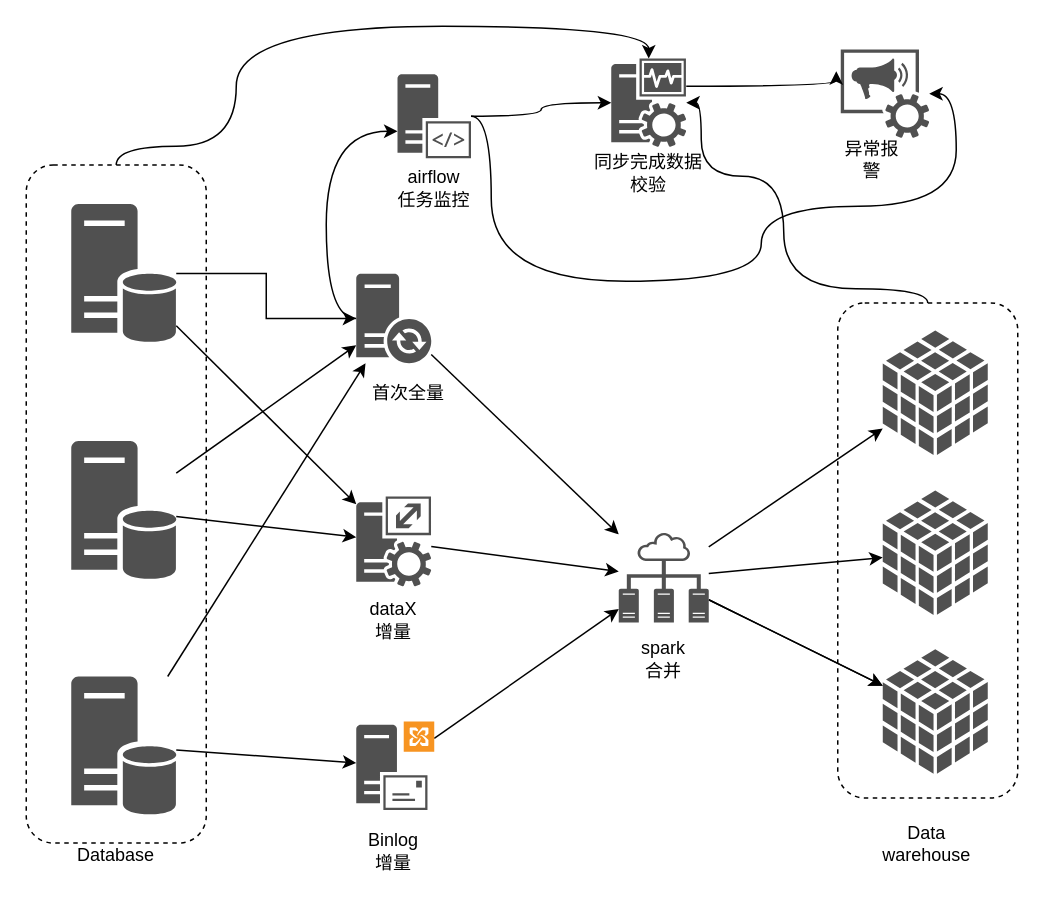
Before: page "data_sync_type" (2 of 4) of 数据同步范畴.drawio in wangbin2188/draw, a draw.io diagram. Source tidied: cells renumbered, new cells numbered last; positions are measured from the earlier drawing's top-left corner, leaving out a move shared by most shapes. Both pictures are drawn from the tidied source at 150%, with x=0, y=0 at pixel (26, 26).
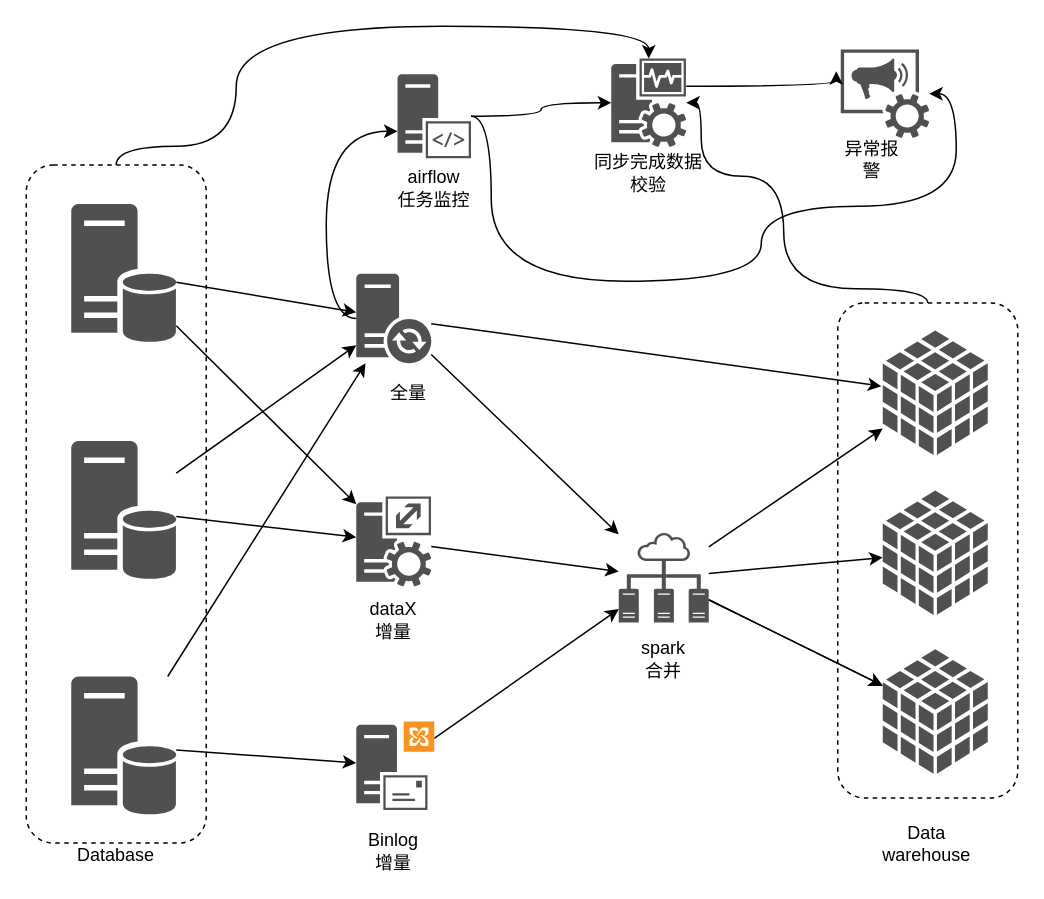
The same diagram, later.

Commit message:
更新数据同步范畴.drawio

The change refers to these unchanged cells:
```xml
<mxCell id="3" style="rounded=1;whiteSpace=wrap;html=1;dashed=1;" parent="1" vertex="1">
  <mxGeometry x="541" y="184.5" width="120" height="330" as="geometry" />
</mxCell>
<mxCell id="16" style="shadow=0;dashed=0;html=1;strokeColor=none;fillColor=#505050;labelPosition=center;verticalLabelPosition=bottom;verticalAlign=top;outlineConnect=0;align=center;shape=mxgraph.office.servers.dirsync_server;" parent="1" vertex="1">
  <mxGeometry x="220" y="165" width="50" height="59.6" as="geometry" />
</mxCell>
<mxCell id="29" style="shadow=0;dashed=0;html=1;strokeColor=none;fillColor=#505050;labelPosition=center;verticalLabelPosition=bottom;verticalAlign=top;outlineConnect=0;align=center;shape=mxgraph.office.databases.database_server;" parent="1" vertex="1">
  <mxGeometry x="30" y="118.5" width="70" height="92.8" as="geometry" />
</mxCell>
```

Diff of the diagram source:
```diff
@@
-    <mxCell id="8" value="首次全量" style="text;html=1;strokeColor=none;fillColor=none;align=center;verticalAlign=middle;whiteSpace=wrap;rounded=0;" parent="1" vertex="1">
+    <mxCell id="8" value="全量" style="text;html=1;strokeColor=none;fillColor=none;align=center;verticalAlign=middle;whiteSpace=wrap;rounded=0;" parent="1" vertex="1">
       <mxGeometry x="215" y="234.5" width="80" height="20" as="geometry" />
     </mxCell>
@@
+    <mxCell id="45" style="rounded=0;jettySize=auto;html=1;entryX=0.242;entryY=0.168;entryDx=0;entryDy=0;entryPerimeter=0;" parent="1" edge="1" source="16" target="3">
+      <mxGeometry relative="1" as="geometry" />
+    </mxCell>
@@
-    <mxCell id="27" style="edgeStyle=orthogonalEdgeStyle;rounded=0;jettySize=auto;html=1;" parent="1" edge="1" source="29" target="16">
+    <mxCell id="27" style="rounded=0;jettySize=auto;html=1;" parent="1" edge="1" source="29" target="16">
       <mxGeometry relative="1" as="geometry" />
     </mxCell>
```
